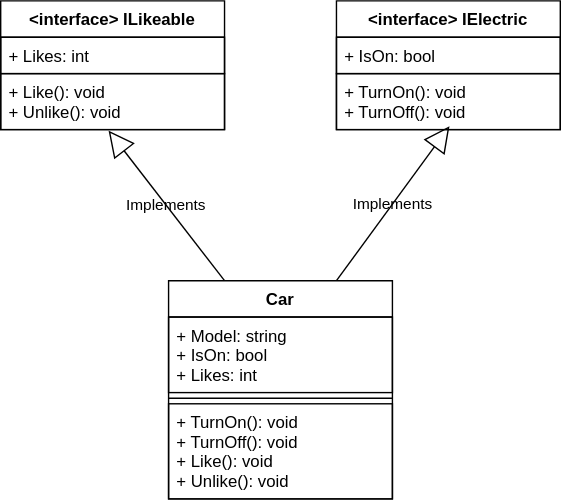
The draw.io diagram Assets/Car+IElectric+ILikeable.svg in ucudal/PII_Conceptos_de_POO, before a commit. Source tidied: cells renumbered, new cells last; positions are measured from the earlier drawing's top-left corner, leaving out a move shared by most shapes.
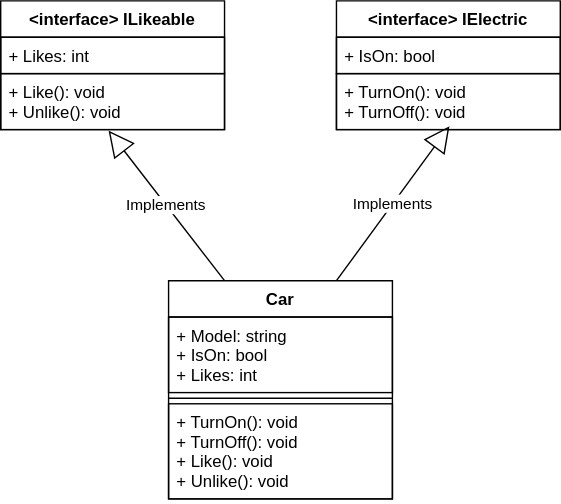
After the change.

Commit message:
Added UML diagrams

What changed in the source:
```diff
@@ -23,10 +23,10 @@
     <mxCell id="8" value="+ TurnOn(): void&#10;+ TurnOff(): void&#10;+ Like(): void&#10;+ Unlike(): void" style="text;align=left;verticalAlign=top;spacingLeft=4;spacingRight=4;overflow=hidden;fontColor=#000000;strokeColor=#000000;" parent="5" vertex="1">
       <mxGeometry y="88" width="160" height="68" as="geometry" />
     </mxCell>
-    <mxCell id="9" value="Implements" style="endArrow=block;endSize=16;endFill=0;html=1;exitX=0.75;exitY=0;exitDx=0;exitDy=0;entryX=0.505;entryY=0.94;entryDx=0;entryDy=0;entryPerimeter=0;fontColor=#000000;strokeColor=#000000;labelBackgroundColor=none;" parent="1" edge="1" source="5" target="13">
+    <mxCell id="9" value="Implements" style="endArrow=block;endSize=16;endFill=0;html=1;exitX=0.75;exitY=0;exitDx=0;exitDy=0;entryX=0.505;entryY=0.94;entryDx=0;entryDy=0;entryPerimeter=0;fontColor=#000000;strokeColor=#000000;labelBackgroundColor=#ffffff;" parent="1" edge="1" source="5" target="13">
       <mxGeometry relative="1" as="geometry" />
     </mxCell>
-    <mxCell id="10" value="Implements" style="endArrow=block;endSize=16;endFill=0;html=1;entryX=0.482;entryY=1.02;entryDx=0;entryDy=0;entryPerimeter=0;exitX=0.25;exitY=0;exitDx=0;exitDy=0;fontColor=#000000;strokeColor=#000000;labelBackgroundColor=none;" parent="1" edge="1" source="5" target="4">
+    <mxCell id="10" value="Implements" style="endArrow=block;endSize=16;endFill=0;html=1;entryX=0.482;entryY=1.02;entryDx=0;entryDy=0;entryPerimeter=0;exitX=0.25;exitY=0;exitDx=0;exitDy=0;fontColor=#000000;strokeColor=#000000;labelBackgroundColor=#ffffff;" parent="1" edge="1" source="5" target="4">
       <mxGeometry relative="1" as="geometry" />
     </mxCell>
     <mxCell id="11" value="&lt;interface&gt; IElectric" style="swimlane;fontStyle=1;align=center;verticalAlign=top;horizontal=1;startSize=26;fontColor=#000000;strokeColor=#000000;fillColor=none;" parent="1" vertex="1">
```
